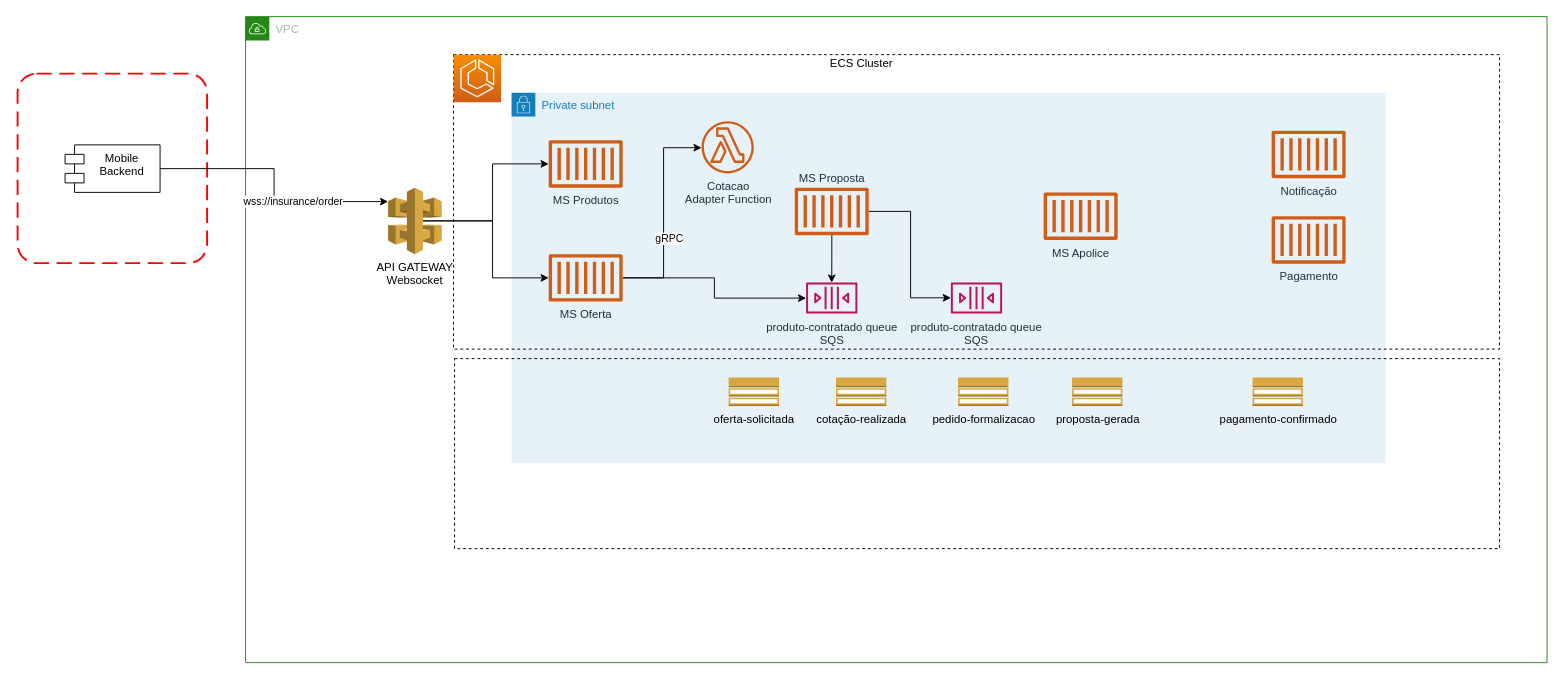
Above: page "Diagram" (1 of 2) of localInsurance.drawio in osnirmaster/localinsurance (draw.io), before the change. Source tidied: cells renumbered, new cells numbered last; positions are measured from the earlier drawing's top-left corner, leaving out a move shared by most shapes. Both pictures are drawn from the tidied source at 95%, with x=0, y=0 at pixel (17, 16).
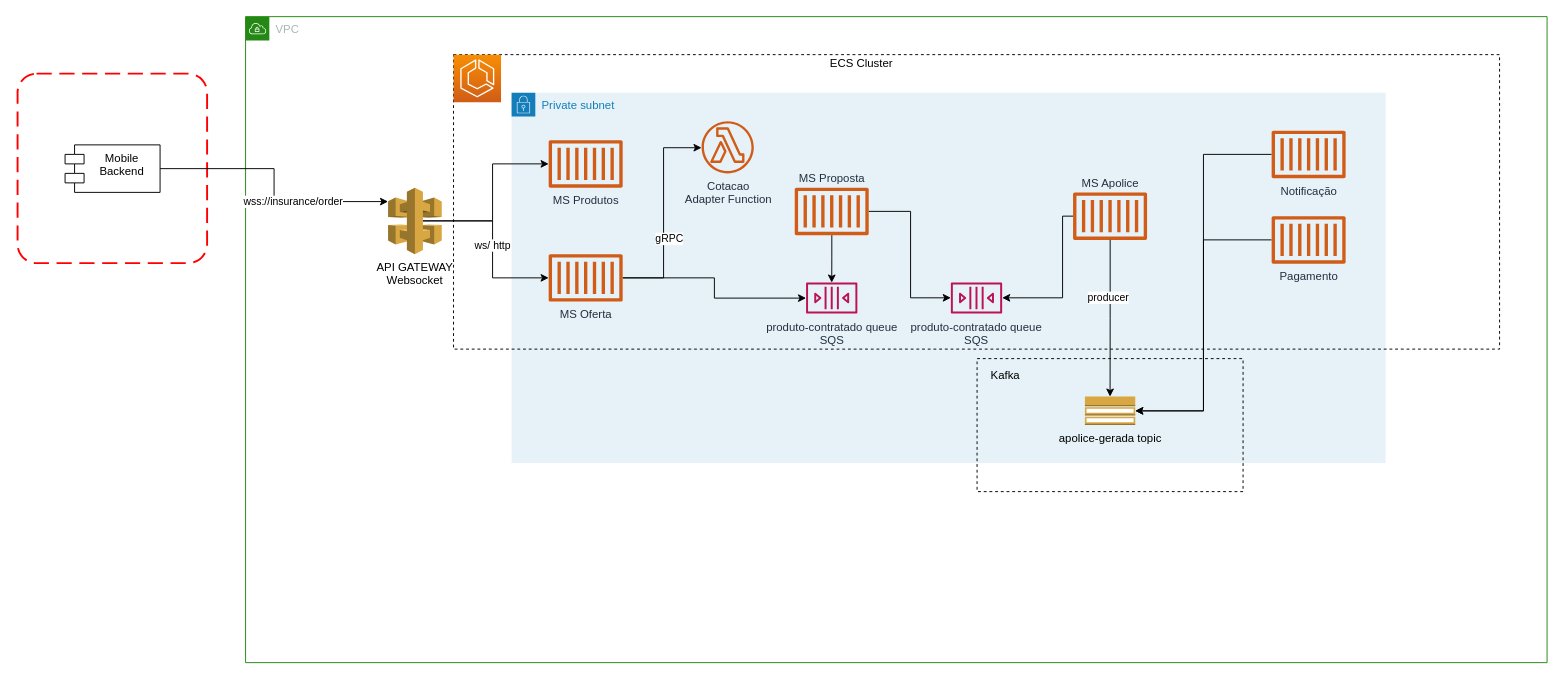
The same diagram, later.

The change refers to these unchanged cells:
```xml
<mxCell id="4" style="group;" parent="1" vertex="1">
  <mxGeometry x="470" y="40" width="1090" height="328" as="geometry" />
</mxCell>
<mxCell id="17" value="produto-contratado queue&lt;br&gt;SQS" style="outlineConnect=0;fontColor=#232F3E;gradientColor=none;fillColor=#BC1356;strokeColor=none;dashed=0;verticalLabelPosition=bottom;verticalAlign=top;align=center;html=1;fontSize=12;fontStyle=0;shape=mxgraph.aws4.queue;" parent="4" vertex="1">
  <mxGeometry x="512.4" y="240" width="54" height="32.5" as="geometry" />
</mxCell>
<mxCell id="26" value="Notificação" style="outlineConnect=0;fontColor=#232F3E;gradientColor=none;fillColor=#D05C17;strokeColor=none;dashed=0;verticalLabelPosition=bottom;verticalAlign=top;align=center;html=1;fontSize=12;fontStyle=0;shape=mxgraph.aws4.container_1;" parent="1" vertex="1">
  <mxGeometry x="1320" y="120" width="78" height="50" as="geometry" />
</mxCell>
<mxCell id="27" value="Pagamento" style="outlineConnect=0;fontColor=#232F3E;gradientColor=none;fillColor=#D05C17;strokeColor=none;dashed=0;verticalLabelPosition=bottom;verticalAlign=top;align=center;html=1;fontSize=12;fontStyle=0;shape=mxgraph.aws4.container_1;" parent="1" vertex="1">
  <mxGeometry x="1320" y="210" width="78" height="50" as="geometry" />
</mxCell>
<mxCell id="30" style="edgeStyle=orthogonalEdgeStyle;rounded=0;jettySize=auto;html=1;exitX=0.65;exitY=0.5;exitDx=0;exitDy=0;exitPerimeter=0;" parent="1" edge="1" source="31" target="11">
  <mxGeometry relative="1" as="geometry">
    <Array as="points">
      <mxPoint x="500" y="215" />
      <mxPoint x="500" y="275" />
    </Array>
  </mxGeometry>
</mxCell>
```

Change to the diagram source:
```diff
@@
+    <mxCell id="35" style="edgeStyle=orthogonalEdgeStyle;rounded=0;jettySize=auto;html=1;" parent="4" edge="1" source="16" target="17">
+      <mxGeometry relative="1" as="geometry">
+        <Array as="points">
+          <mxPoint x="630" y="170" />
+          <mxPoint x="630" y="256" />
+        </Array>
+      </mxGeometry>
+    </mxCell>
-    <mxCell id="16" value="MS Apolice" style="outlineConnect=0;fontColor=#232F3E;gradientColor=none;fillColor=#D05C17;strokeColor=none;dashed=0;verticalLabelPosition=bottom;verticalAlign=top;align=center;html=1;fontSize=12;fontStyle=0;shape=mxgraph.aws4.container_1;" parent="4" vertex="1">
-      <mxGeometry x="610" y="145" width="78" height="50" as="geometry" />
+    <mxCell id="16" value="MS Apolice" style="outlineConnect=0;fontColor=#232F3E;gradientColor=none;fillColor=#D05C17;strokeColor=none;dashed=0;verticalLabelPosition=top;verticalAlign=bottom;align=center;html=1;fontSize=12;fontStyle=0;shape=mxgraph.aws4.container_1;labelPosition=center;" parent="4" vertex="1">
+      <mxGeometry x="641" y="145" width="78" height="50" as="geometry" />
     </mxCell>
@@
     <mxCell id="21" style="whiteSpace=wrap;html=1;fillColor=none;dashed=1;" parent="1" vertex="1">
-      <mxGeometry x="460" y="360" width="1100" height="200" as="geometry" />
+      <mxGeometry x="1010" y="360" width="280" height="140" as="geometry" />
     </mxCell>
-    <mxCell id="22" value="oferta-solicitada" style="dashed=0;verticalLabelPosition=bottom;verticalAlign=top;align=center;html=1;shape=mxgraph.aws3.topic_2;fillColor=#D9A741;gradientColor=none;" parent="1" vertex="1">
-      <mxGeometry x="748.5" y="380" width="53" height="30" as="geometry" />
-    </mxCell>
-    <mxCell id="23" value="pedido-formalizacao" style="dashed=0;verticalLabelPosition=bottom;verticalAlign=top;align=center;html=1;shape=mxgraph.aws3.topic_2;fillColor=#D9A741;gradientColor=none;" parent="1" vertex="1">
-      <mxGeometry x="990" y="380" width="53" height="30" as="geometry" />
-    </mxCell>
-    <mxCell id="24" value="cotação-realizada" style="dashed=0;verticalLabelPosition=bottom;verticalAlign=top;align=center;html=1;shape=mxgraph.aws3.topic_2;fillColor=#D9A741;gradientColor=none;" parent="1" vertex="1">
-      <mxGeometry x="861.5" y="380" width="53" height="30" as="geometry" />
-    </mxCell>
-    <mxCell id="25" value="proposta-gerada" style="outlineConnect=0;dashed=0;verticalLabelPosition=bottom;verticalAlign=top;align=center;html=1;shape=mxgraph.aws3.topic_2;fillColor=#D9A741;gradientColor=none;" parent="1" vertex="1">
-      <mxGeometry x="1110" y="380" width="53" height="30" as="geometry" />
+    <mxCell id="25" value="apolice-gerada topic" style="outlineConnect=0;dashed=0;verticalLabelPosition=bottom;verticalAlign=top;align=center;html=1;shape=mxgraph.aws3.topic_2;fillColor=#D9A741;gradientColor=none;" parent="1" vertex="1">
+      <mxGeometry x="1123.5" y="400" width="53" height="30" as="geometry" />
     </mxCell>
+    <mxCell id="36" style="edgeStyle=orthogonalEdgeStyle;rounded=0;jettySize=auto;html=1;entryX=1;entryY=0.5;entryDx=0;entryDy=0;entryPerimeter=0;" parent="1" edge="1" source="26" target="25">
+      <mxGeometry relative="1" as="geometry" />
+    </mxCell>
@@
+    <mxCell id="37" style="edgeStyle=orthogonalEdgeStyle;rounded=0;jettySize=auto;html=1;entryX=1;entryY=0.5;entryDx=0;entryDy=0;entryPerimeter=0;" parent="1" edge="1" source="27" target="25">
+      <mxGeometry relative="1" as="geometry" />
+    </mxCell>
@@
-    <mxCell id="28" value="pagamento-confirmado" style="dashed=0;verticalLabelPosition=bottom;verticalAlign=top;align=center;html=1;shape=mxgraph.aws3.topic_2;fillColor=#D9A741;gradientColor=none;" parent="1" vertex="1">
-      <mxGeometry x="1300" y="380" width="53" height="30" as="geometry" />
-    </mxCell>
@@
+    <mxCell id="38" value="ws/ http" style="edgeLabel;html=1;align=center;verticalAlign=middle;" parent="30" vertex="1">
+      <mxGeometry x="-0.47" y="-2" relative="1" as="geometry">
+        <mxPoint x="22" y="23" as="offset" />
+      </mxGeometry>
+    </mxCell>
@@
+    <mxCell id="39" value="Kafka" style="text;html=1;strokeColor=none;fillColor=none;align=center;verticalAlign=middle;whiteSpace=wrap;rounded=0;" parent="1" vertex="1">
+      <mxGeometry x="1020" y="368" width="40" height="20" as="geometry" />
+    </mxCell>
+    <mxCell id="40" style="edgeStyle=orthogonalEdgeStyle;rounded=0;jettySize=auto;html=1;" parent="1" edge="1" source="16" target="25">
+      <mxGeometry relative="1" as="geometry" />
+    </mxCell>
+    <mxCell id="41" value="producer" style="edgeLabel;html=1;align=center;verticalAlign=middle;" parent="40" vertex="1">
+      <mxGeometry x="-0.27" y="-3" relative="1" as="geometry" />
+    </mxCell>
```
